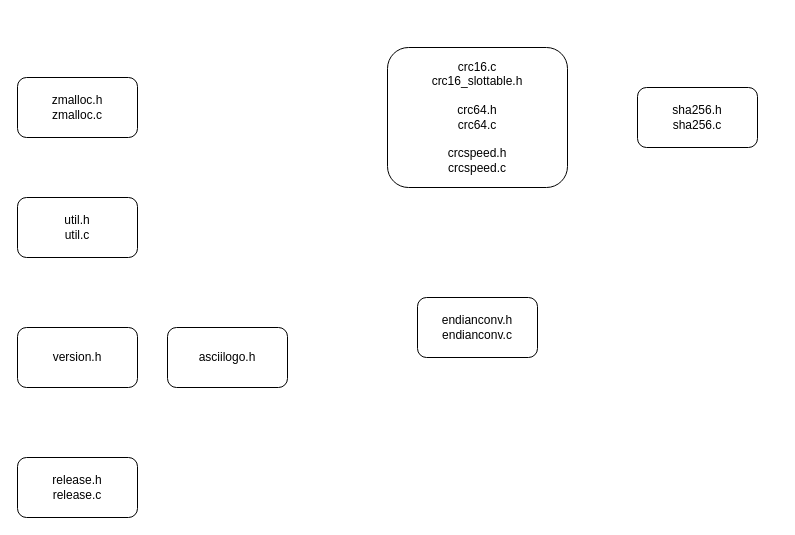
Earlier version of the draw.io diagram page "common" (1 of 7) of redis.drawio (tadsimons/draw). Source tidied: cells renumbered, new cells numbered last; positions are measured from the earlier drawing's top-left corner, leaving out a move shared by most shapes. Both pictures are drawn from the tidied source at 100%, with x=0, y=0 at pixel (17, 47).
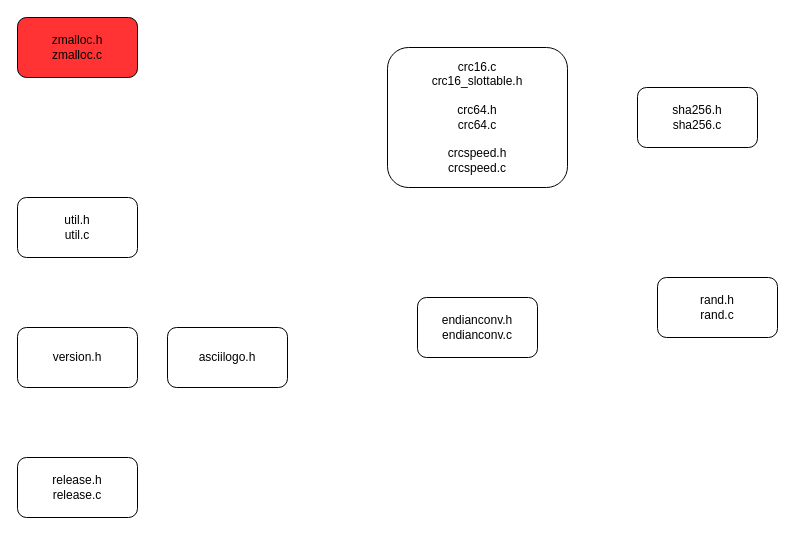
The same diagram, later.

Diff of the diagram source:
```diff
@@
 <mxGraphModel>
   <root>
     <mxCell id="0" />
     <mxCell id="1" parent="0" />
-    <mxCell id="2" value="zmalloc.h&lt;br&gt;zmalloc.c" style="rounded=1;whiteSpace=wrap;html=1;strokeColor=#000000;fillColor=#FFFFFF;" parent="1" vertex="1">
-      <mxGeometry y="30" width="120" height="60" as="geometry" />
+    <mxCell id="2" value="zmalloc.h&lt;br&gt;zmalloc.c" style="rounded=1;whiteSpace=wrap;html=1;strokeColor=#000000;fillColor=#FF3333;" parent="1" vertex="1">
+      <mxGeometry y="-30" width="120" height="60" as="geometry" />
     </mxCell>
     <mxCell id="3" value="util.h&lt;br&gt;util.c" style="rounded=1;whiteSpace=wrap;html=1;strokeColor=#000000;fillColor=#FFFFFF;" parent="1" vertex="1">
       <mxGeometry y="150" width="120" height="60" as="geometry" />
     </mxCell>
     <mxCell id="4" value="version.h" style="rounded=1;whiteSpace=wrap;html=1;strokeColor=#000000;fillColor=#FFFFFF;" parent="1" vertex="1">
       <mxGeometry y="280" width="120" height="60" as="geometry" />
     </mxCell>
     <mxCell id="5" value="crc16.c&lt;br&gt;crc16_slottable.h&lt;br&gt;&lt;br&gt;crc64.h&lt;br&gt;crc64.c&lt;br&gt;&lt;br&gt;crcspeed.h&lt;br&gt;crcspeed.c" style="rounded=1;whiteSpace=wrap;html=1;strokeColor=#000000;fillColor=#FFFFFF;" parent="1" vertex="1">
       <mxGeometry x="370" width="180" height="140" as="geometry" />
     </mxCell>
     <mxCell id="6" value="asciilogo.h" style="rounded=1;whiteSpace=wrap;html=1;fillColor=#FFFFFF;strokeColor=#000000;" parent="1" vertex="1">
       <mxGeometry x="150" y="280" width="120" height="60" as="geometry" />
     </mxCell>
     <mxCell id="7" value="sha256.h&lt;br&gt;sha256.c" style="rounded=1;whiteSpace=wrap;html=1;strokeColor=#000000;fillColor=#FFFFFF;" parent="1" vertex="1">
       <mxGeometry x="620" y="40" width="120" height="60" as="geometry" />
     </mxCell>
     <mxCell id="8" value="endianconv.h&lt;br&gt;endianconv.c" style="rounded=1;whiteSpace=wrap;html=1;strokeColor=#000000;fillColor=#FFFFFF;" parent="1" vertex="1">
       <mxGeometry x="400" y="250" width="120" height="60" as="geometry" />
     </mxCell>
     <mxCell id="9" value="release.h&lt;br&gt;release.c" style="rounded=1;whiteSpace=wrap;html=1;strokeColor=#000000;fillColor=#FFFFFF;" parent="1" vertex="1">
       <mxGeometry y="410" width="120" height="60" as="geometry" />
     </mxCell>
+    <mxCell id="10" value="rand.h&lt;br&gt;rand.c" style="rounded=1;whiteSpace=wrap;html=1;strokeColor=#000000;fillColor=#FFFFFF;" parent="1" vertex="1">
+      <mxGeometry x="640" y="230" width="120" height="60" as="geometry" />
+    </mxCell>
   </root>
 </mxGraphModel>
```
